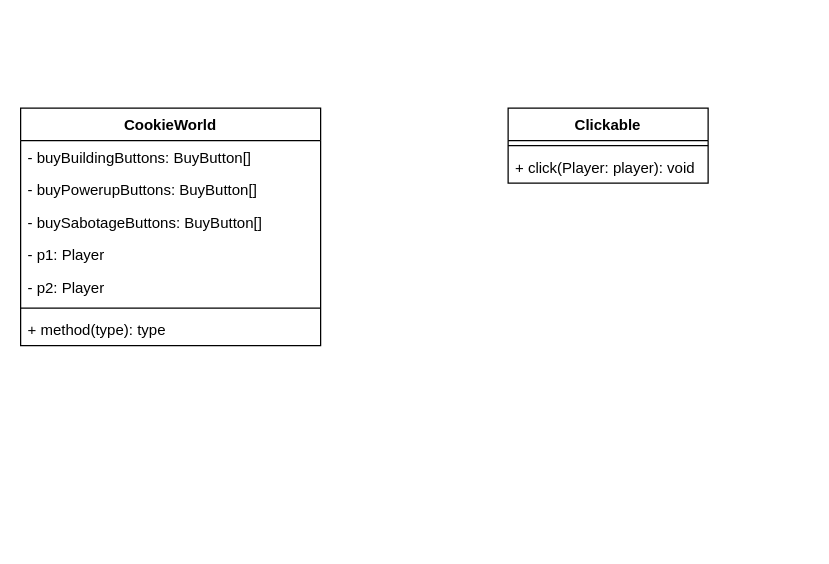
The draw.io diagram Final Diagram.drawio in EdZ543/Cookie-Clicker-Simulation, before the edit. Source tidied: cells renumbered, new cells numbered last; positions are measured from the earlier drawing's top-left corner, leaving out a move shared by most shapes. Both pictures are drawn from the tidied source at 125%, with x=0, y=0 at pixel (20, 108).
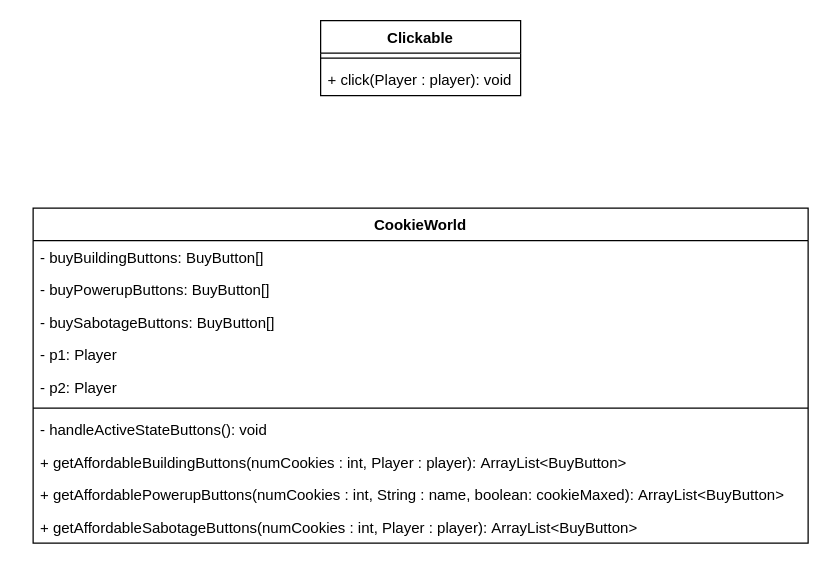
After the change.

Commit message:
Add cookie world to class diagram

What changed in the source:
```diff
@@
 <mxGraphModel>
   <root>
     <mxCell id="0" />
     <mxCell id="1" parent="0" />
     <mxCell id="2" value="Clickable" style="swimlane;fontStyle=1;align=center;verticalAlign=top;horizontal=1;startSize=26;" parent="1" vertex="1">
-      <mxGeometry x="390" width="160" height="60" as="geometry" />
+      <mxGeometry x="240" y="-70" width="160" height="60" as="geometry" />
     </mxCell>
     <mxCell id="3" style="line;strokeWidth=1;fillColor=none;align=left;verticalAlign=middle;spacingTop=-1;spacingLeft=3;spacingRight=3;labelPosition=right;strokeColor=inherit;" parent="2" vertex="1">
       <mxGeometry y="26" width="160" height="8" as="geometry" />
     </mxCell>
-    <mxCell id="4" value="+ click(Player: player): void" style="text;strokeColor=none;fillColor=none;align=left;verticalAlign=top;spacingLeft=4;spacingRight=4;overflow=hidden;" parent="2" vertex="1">
+    <mxCell id="4" value="+ click(Player : player): void" style="text;strokeColor=none;fillColor=none;align=left;verticalAlign=top;spacingLeft=4;spacingRight=4;overflow=hidden;" parent="2" vertex="1">
       <mxGeometry y="34" width="160" height="26" as="geometry" />
     </mxCell>
     <mxCell id="5" value="CookieWorld" style="swimlane;fontStyle=1;align=center;verticalAlign=top;horizontal=1;startSize=26;" parent="1" vertex="1">
-      <mxGeometry width="240" height="190" as="geometry" />
+      <mxGeometry x="10" y="80" width="620" height="268" as="geometry" />
     </mxCell>
     <mxCell id="6" value="- buyBuildingButtons: BuyButton[]&#10;" style="text;strokeColor=none;fillColor=none;align=left;verticalAlign=top;spacingLeft=4;spacingRight=4;overflow=hidden;" parent="5" vertex="1">
-      <mxGeometry y="26" width="240" height="26" as="geometry" />
+      <mxGeometry y="26" width="620" height="26" as="geometry" />
     </mxCell>
     <mxCell id="7" value="- buyPowerupButtons: BuyButton[]&#10;" style="text;strokeColor=none;fillColor=none;align=left;verticalAlign=top;spacingLeft=4;spacingRight=4;overflow=hidden;" parent="5" vertex="1">
-      <mxGeometry y="52" width="240" height="26" as="geometry" />
+      <mxGeometry y="52" width="620" height="26" as="geometry" />
     </mxCell>
     <mxCell id="8" value="- buySabotageButtons: BuyButton[]&#10;" style="text;strokeColor=none;fillColor=none;align=left;verticalAlign=top;spacingLeft=4;spacingRight=4;overflow=hidden;" parent="5" vertex="1">
-      <mxGeometry y="78" width="240" height="26" as="geometry" />
+      <mxGeometry y="78" width="620" height="26" as="geometry" />
     </mxCell>
     <mxCell id="9" value="- p1: Player" style="text;strokeColor=none;fillColor=none;align=left;verticalAlign=top;spacingLeft=4;spacingRight=4;overflow=hidden;" parent="5" vertex="1">
-      <mxGeometry y="104" width="240" height="26" as="geometry" />
+      <mxGeometry y="104" width="620" height="26" as="geometry" />
     </mxCell>
     <mxCell id="10" value="- p2: Player" style="text;strokeColor=none;fillColor=none;align=left;verticalAlign=top;spacingLeft=4;spacingRight=4;overflow=hidden;" parent="5" vertex="1">
-      <mxGeometry y="130" width="240" height="26" as="geometry" />
+      <mxGeometry y="130" width="620" height="26" as="geometry" />
     </mxCell>
     <mxCell id="11" style="line;strokeWidth=1;fillColor=none;align=left;verticalAlign=middle;spacingTop=-1;spacingLeft=3;spacingRight=3;labelPosition=right;strokeColor=inherit;" parent="5" vertex="1">
-      <mxGeometry y="156" width="240" height="8" as="geometry" />
+      <mxGeometry y="156" width="620" height="8" as="geometry" />
     </mxCell>
-    <mxCell id="12" value="+ method(type): type" style="text;strokeColor=none;fillColor=none;align=left;verticalAlign=top;spacingLeft=4;spacingRight=4;overflow=hidden;" parent="5" vertex="1">
-      <mxGeometry y="164" width="240" height="26" as="geometry" />
+    <mxCell id="12" value="- handleActiveStateButtons(): void" style="text;strokeColor=none;fillColor=none;align=left;verticalAlign=top;spacingLeft=4;spacingRight=4;overflow=hidden;" parent="5" vertex="1">
+      <mxGeometry y="164" width="620" height="26" as="geometry" />
     </mxCell>
+    <mxCell id="13" value="+ getAffordableBuildingButtons(numCookies : int, Player : player): ArrayList&lt;BuyButton&gt;" style="text;strokeColor=none;fillColor=none;align=left;verticalAlign=top;spacingLeft=4;spacingRight=4;overflow=hidden;" parent="5" vertex="1">
+      <mxGeometry y="190" width="620" height="26" as="geometry" />
+    </mxCell>
+    <mxCell id="14" value="+ getAffordablePowerupButtons(numCookies : int, String : name, boolean: cookieMaxed): ArrayList&lt;BuyButton&gt;" style="text;strokeColor=none;fillColor=none;align=left;verticalAlign=top;spacingLeft=4;spacingRight=4;overflow=hidden;" parent="5" vertex="1">
+      <mxGeometry y="216" width="620" height="26" as="geometry" />
+    </mxCell>
+    <mxCell id="15" value="+ getAffordableSabotageButtons(numCookies : int, Player : player): ArrayList&lt;BuyButton&gt;" style="text;strokeColor=none;fillColor=none;align=left;verticalAlign=top;spacingLeft=4;spacingRight=4;overflow=hidden;" parent="5" vertex="1">
+      <mxGeometry y="242" width="620" height="26" as="geometry" />
+    </mxCell>
   </root>
 </mxGraphModel>
```
